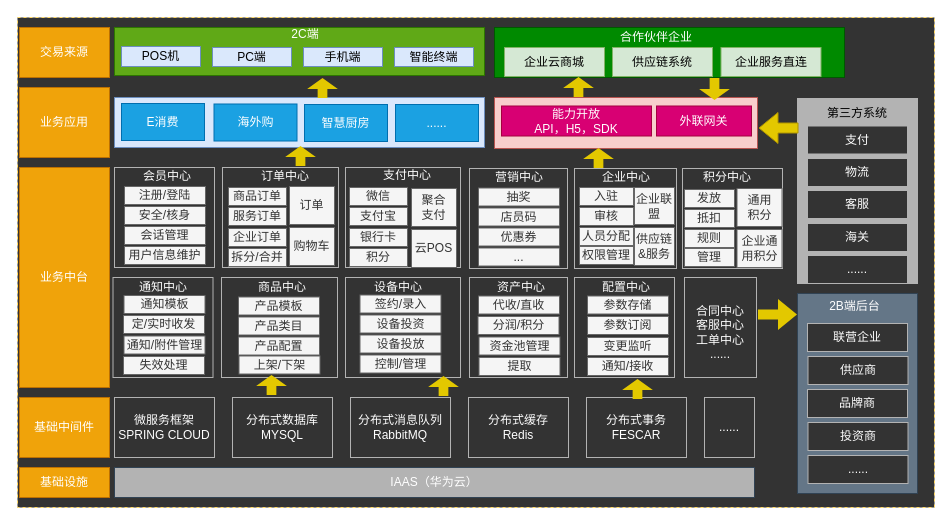
Earlier version of the draw.io diagram page "business-c" (4 of 5) of cgc/cgc-framework.drawio (kinvensan/drawio). Source tidied: cells renumbered, new cells numbered last; positions are measured from the earlier drawing's top-left corner, leaving out a move shared by most shapes. Both pictures are drawn from the tidied source at 100%, with x=0, y=0 at pixel (17, 17).
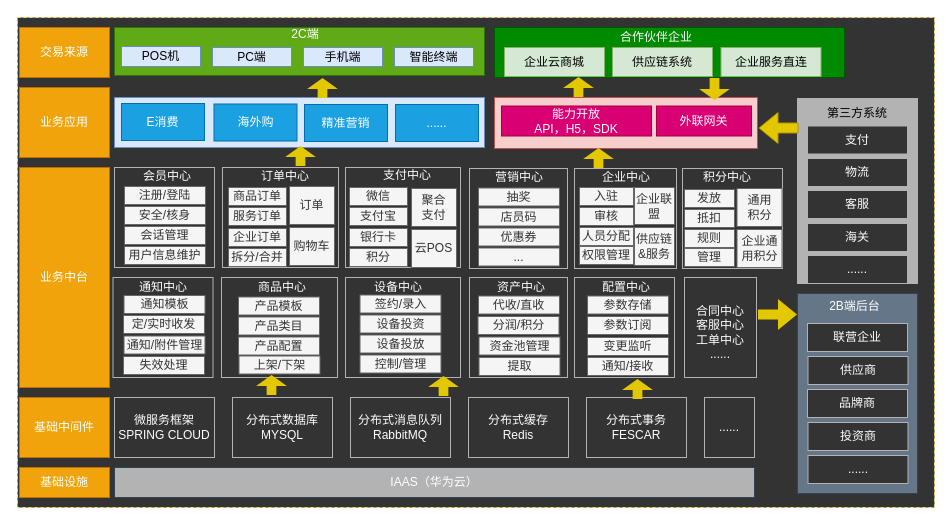
The same diagram, later.

Change to the diagram source:
```diff
@@
-    <mxCell id="70" value="智慧厨房" style="rounded=0;whiteSpace=wrap;html=1;fillColor=#1ba1e2;strokeColor=#006EAF;fontColor=#ffffff;" parent="1" vertex="1">
+    <mxCell id="70" value="精准营销" style="rounded=0;whiteSpace=wrap;html=1;fillColor=#1ba1e2;strokeColor=#006EAF;fontColor=#ffffff;" parent="1" vertex="1">
       <mxGeometry x="287" y="87" width="83" height="37" as="geometry" />
     </mxCell>
```
